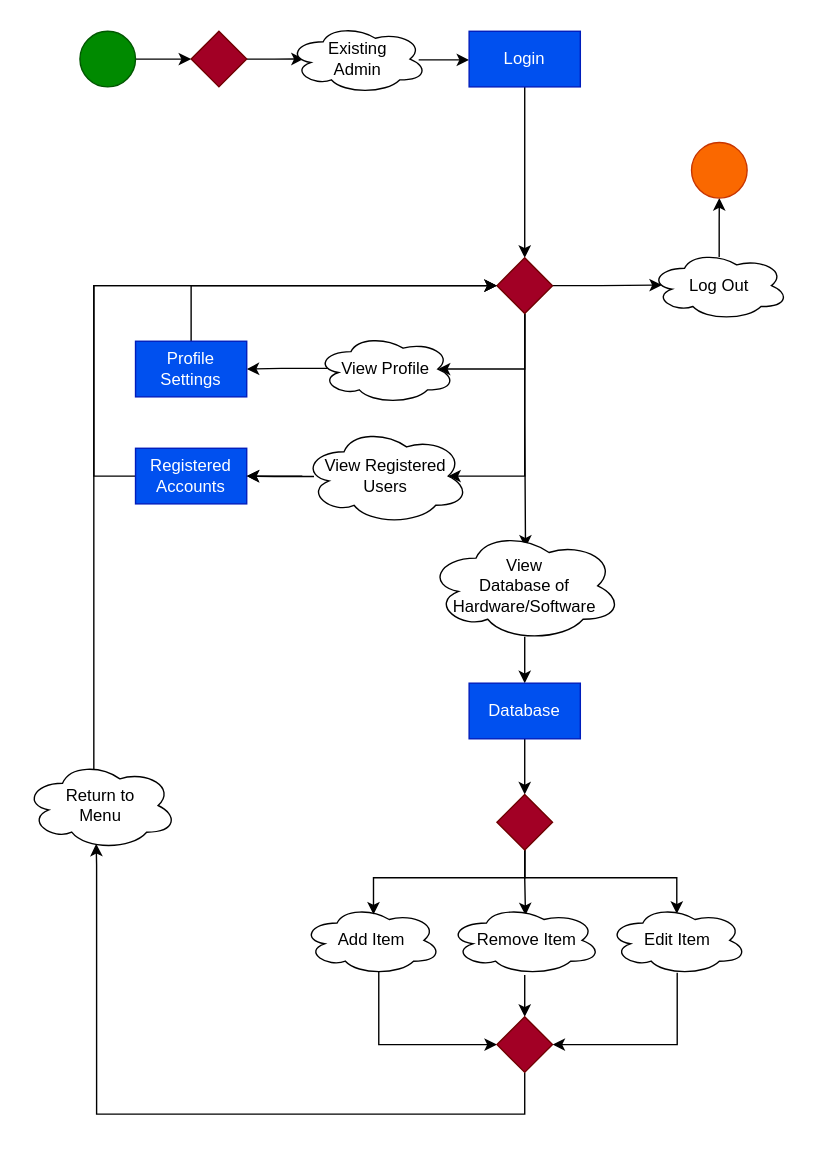
This is Diagrams/DataFlowDiagram_Admin.drawio from FJayCee/Capstone-DMIS-Project, a draw.io file, before an edit. Source tidied: cells renumbered, new cells numbered last; positions are measured from the earlier drawing's top-left corner, leaving out a move shared by most shapes. Both pictures are drawn from the tidied source at 139%, with x=0, y=0 at pixel (24, 24).
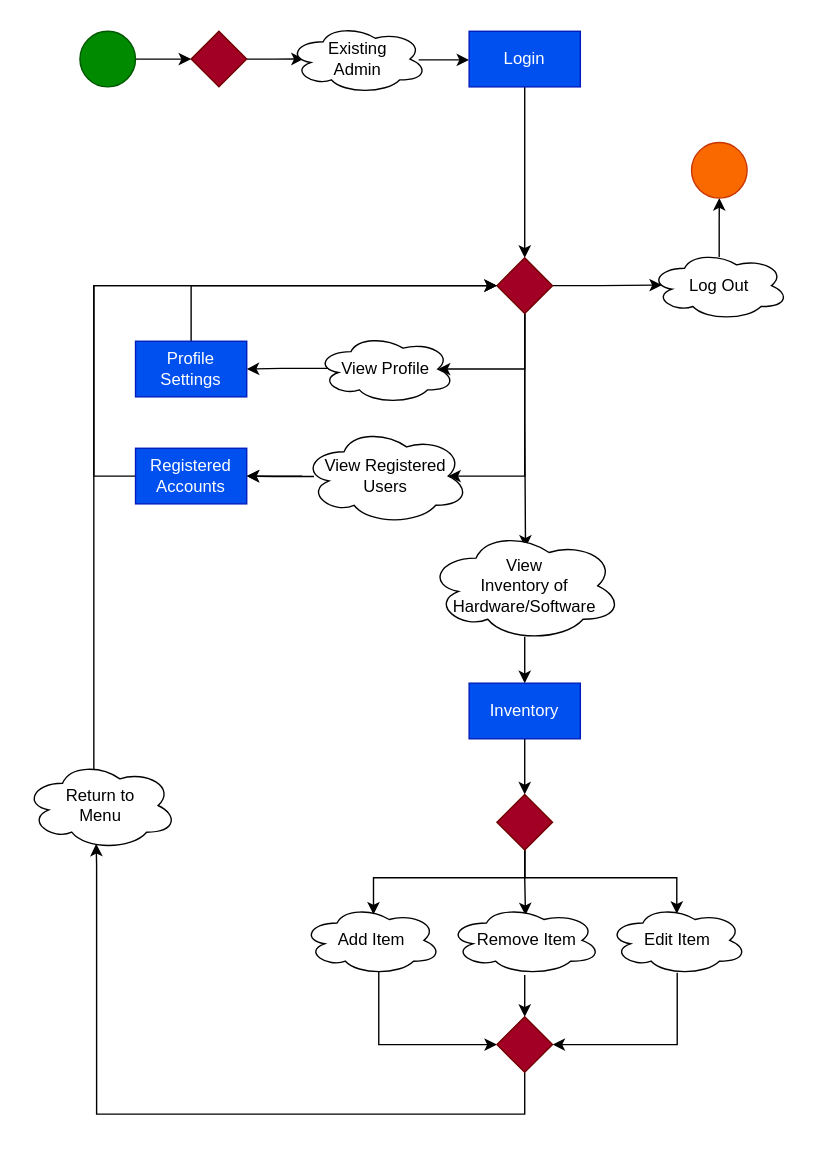
The same page after the edit.

Commit message (it also covers changes not shown here):
Fixed DFD to say 'Inventory' instead of 'Database'

The edit, as a diff of the source:
```diff
@@
-    <mxCell id="20" value="View &lt;br&gt;Database of Hardware/Software" style="ellipse;shape=cloud;whiteSpace=wrap;html=1;" parent="1" vertex="1">
+    <mxCell id="20" value="View &lt;br&gt;Inventory of Hardware/Software" style="ellipse;shape=cloud;whiteSpace=wrap;html=1;" parent="1" vertex="1">
       <mxGeometry x="290" y="364" width="140" height="80" as="geometry" />
     </mxCell>
@@
-    <mxCell id="22" value="Database" style="rounded=0;whiteSpace=wrap;html=1;fillColor=#0050ef;fontColor=#ffffff;strokeColor=#001DBC;" parent="1" vertex="1">
+    <mxCell id="22" value="Inventory" style="rounded=0;whiteSpace=wrap;html=1;fillColor=#0050ef;fontColor=#ffffff;strokeColor=#001DBC;" parent="1" vertex="1">
       <mxGeometry x="320" y="474" width="80" height="40" as="geometry" />
     </mxCell>
```
